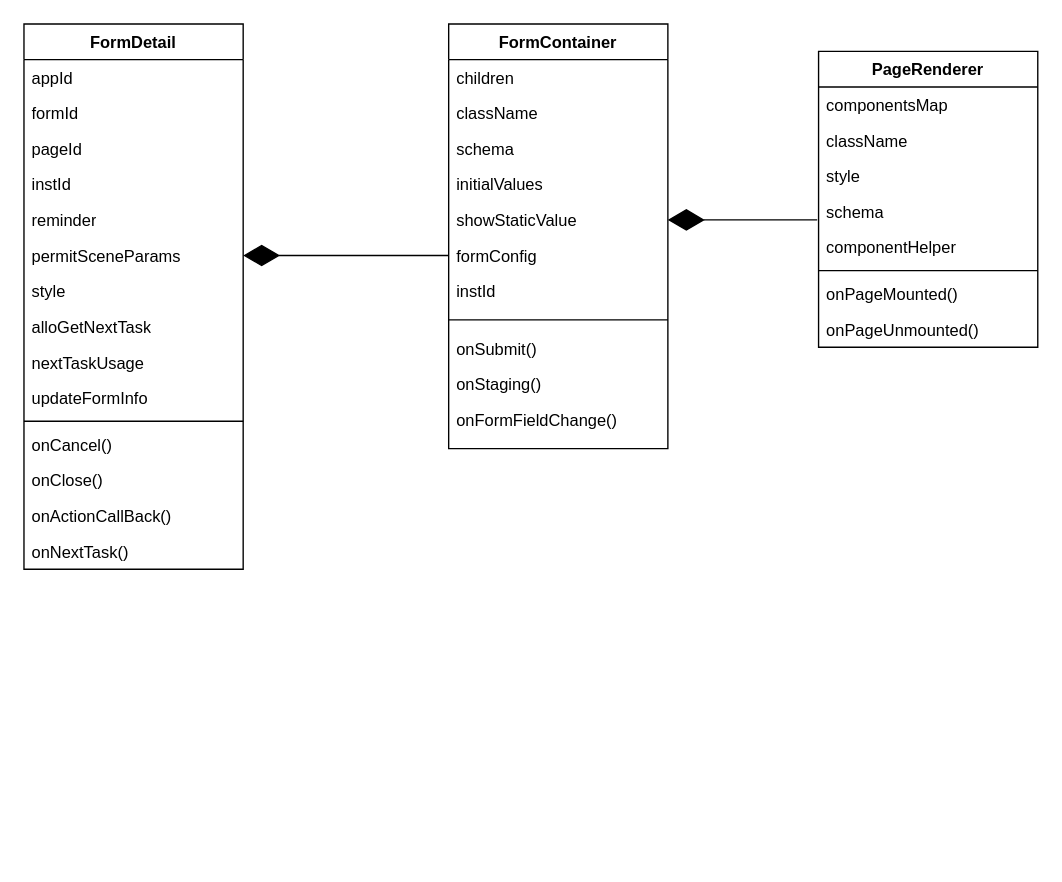
Before: 类图梳理.drawio in FoxJokerEila/-, a draw.io diagram. Source tidied: cells renumbered, new cells numbered last; positions are measured from the earlier drawing's top-left corner, leaving out a move shared by most shapes. Both pictures are drawn from the tidied source at 137%, with x=0, y=0 at pixel (23, 23).
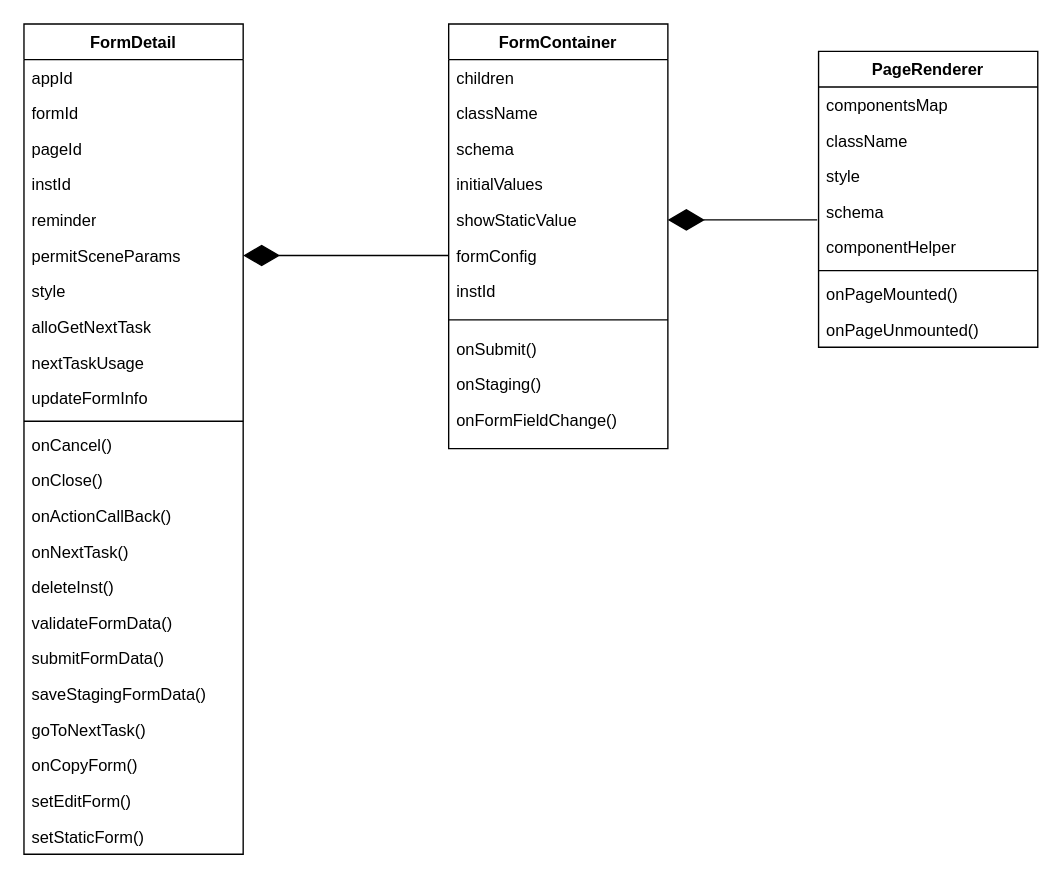
The same diagram, later.

Commit message:
更新类图梳理.drawio

What changed in the source:
```diff
@@
     <mxCell id="24" value="FormDetail" style="swimlane;fontStyle=1;align=center;verticalAlign=top;horizontal=1;startSize=26;whiteSpace=wrap;html=1;" parent="1" vertex="1">
-      <mxGeometry width="160" height="398" as="geometry" />
+      <mxGeometry width="160" height="606" as="geometry" />
     </mxCell>
@@
+    <mxCell id="41" value="deleteInst()" style="text;strokeColor=none;fillColor=none;align=left;verticalAlign=top;spacingLeft=4;spacingRight=4;overflow=hidden;whiteSpace=wrap;html=1;" parent="24" vertex="1">
+      <mxGeometry y="398" width="160" height="26" as="geometry" />
+    </mxCell>
+    <mxCell id="42" value="validateFormData()" style="text;strokeColor=none;fillColor=none;align=left;verticalAlign=top;spacingLeft=4;spacingRight=4;overflow=hidden;whiteSpace=wrap;html=1;" parent="24" vertex="1">
+      <mxGeometry y="424" width="160" height="26" as="geometry" />
+    </mxCell>
+    <mxCell id="43" value="submitFormData()" style="text;strokeColor=none;fillColor=none;align=left;verticalAlign=top;spacingLeft=4;spacingRight=4;overflow=hidden;whiteSpace=wrap;html=1;" parent="24" vertex="1">
+      <mxGeometry y="450" width="160" height="26" as="geometry" />
+    </mxCell>
+    <mxCell id="44" value="saveStagingFormData()" style="text;strokeColor=none;fillColor=none;align=left;verticalAlign=top;spacingLeft=4;spacingRight=4;overflow=hidden;whiteSpace=wrap;html=1;" parent="24" vertex="1">
+      <mxGeometry y="476" width="160" height="26" as="geometry" />
+    </mxCell>
+    <mxCell id="45" value="goToNextTask()" style="text;strokeColor=none;fillColor=none;align=left;verticalAlign=top;spacingLeft=4;spacingRight=4;overflow=hidden;whiteSpace=wrap;html=1;" parent="24" vertex="1">
+      <mxGeometry y="502" width="160" height="26" as="geometry" />
+    </mxCell>
+    <mxCell id="46" value="onCopyForm()" style="text;strokeColor=none;fillColor=none;align=left;verticalAlign=top;spacingLeft=4;spacingRight=4;overflow=hidden;whiteSpace=wrap;html=1;" parent="24" vertex="1">
+      <mxGeometry y="528" width="160" height="26" as="geometry" />
+    </mxCell>
+    <mxCell id="47" value="setEditForm()" style="text;strokeColor=none;fillColor=none;align=left;verticalAlign=top;spacingLeft=4;spacingRight=4;overflow=hidden;whiteSpace=wrap;html=1;" parent="24" vertex="1">
+      <mxGeometry y="554" width="160" height="26" as="geometry" />
+    </mxCell>
+    <mxCell id="48" value="setStaticForm()" style="text;strokeColor=none;fillColor=none;align=left;verticalAlign=top;spacingLeft=4;spacingRight=4;overflow=hidden;whiteSpace=wrap;html=1;" parent="24" vertex="1">
+      <mxGeometry y="580" width="160" height="26" as="geometry" />
+    </mxCell>
```
